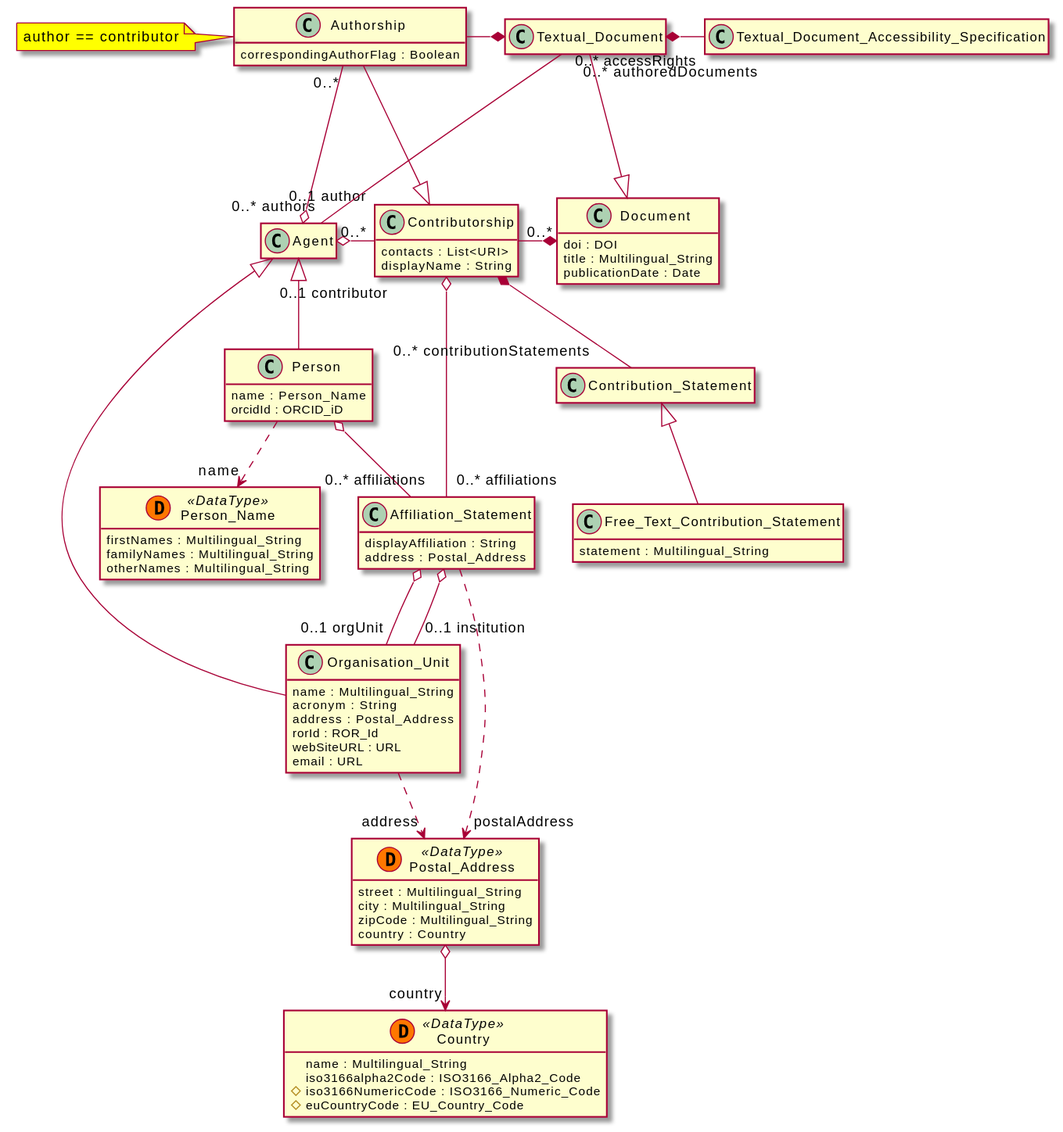
Above: diagrams/core.svg in EuroCRIS/CERIF-Core (PlantUML), before the change.
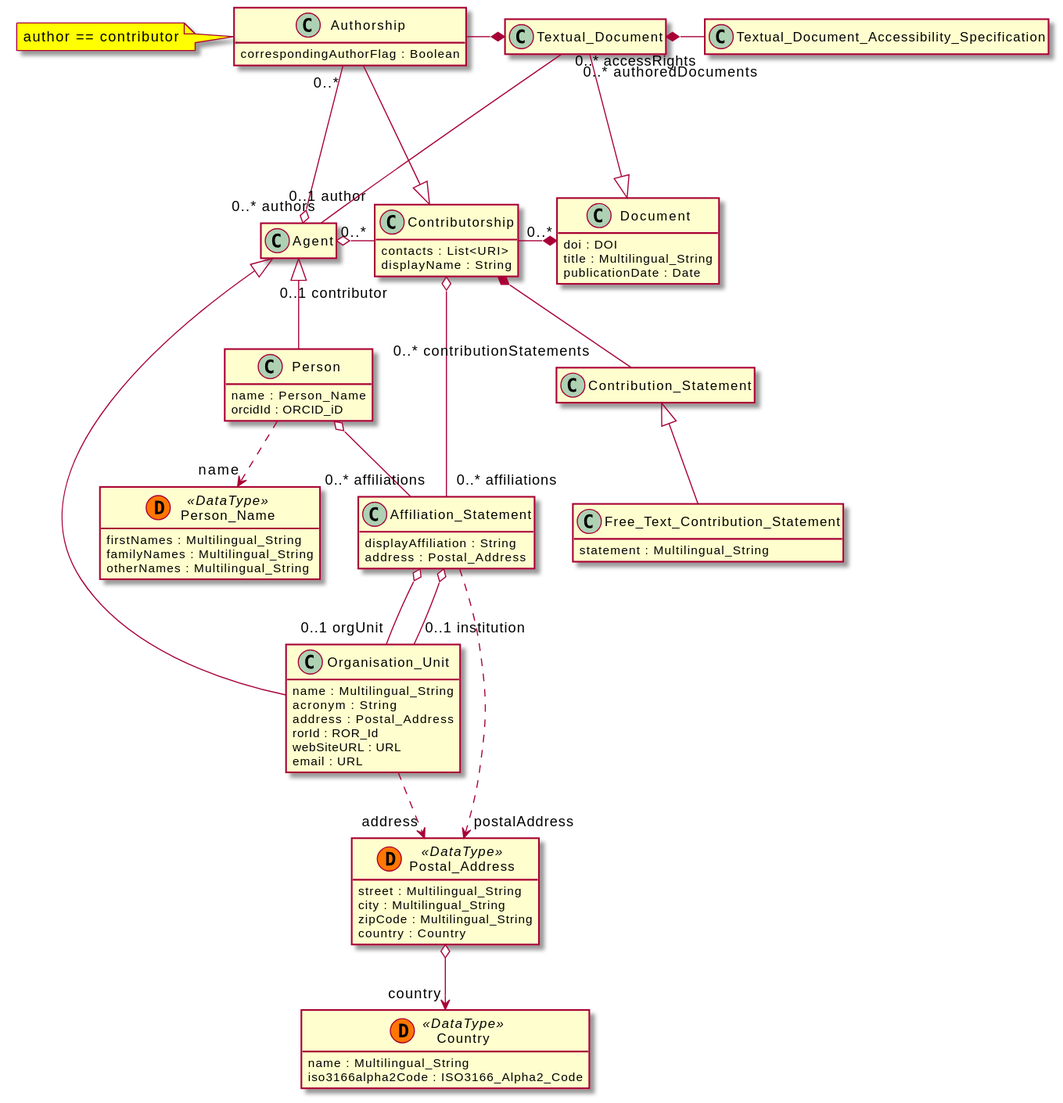
After the change.

The edit, as a diff of the source:
```diff
@@ -46,8 +46,6 @@
     datatype("Country"){
         name : Multilingual_String
         iso3166alpha2Code : ISO3166_Alpha2_Code
-        # iso3166NumericCode : ISO3166_Numeric_Code
-        # euCountryCode : EU_Country_Code
     }
 	"Postal_Address" o--> "country" "Country"
     !endsub
```
